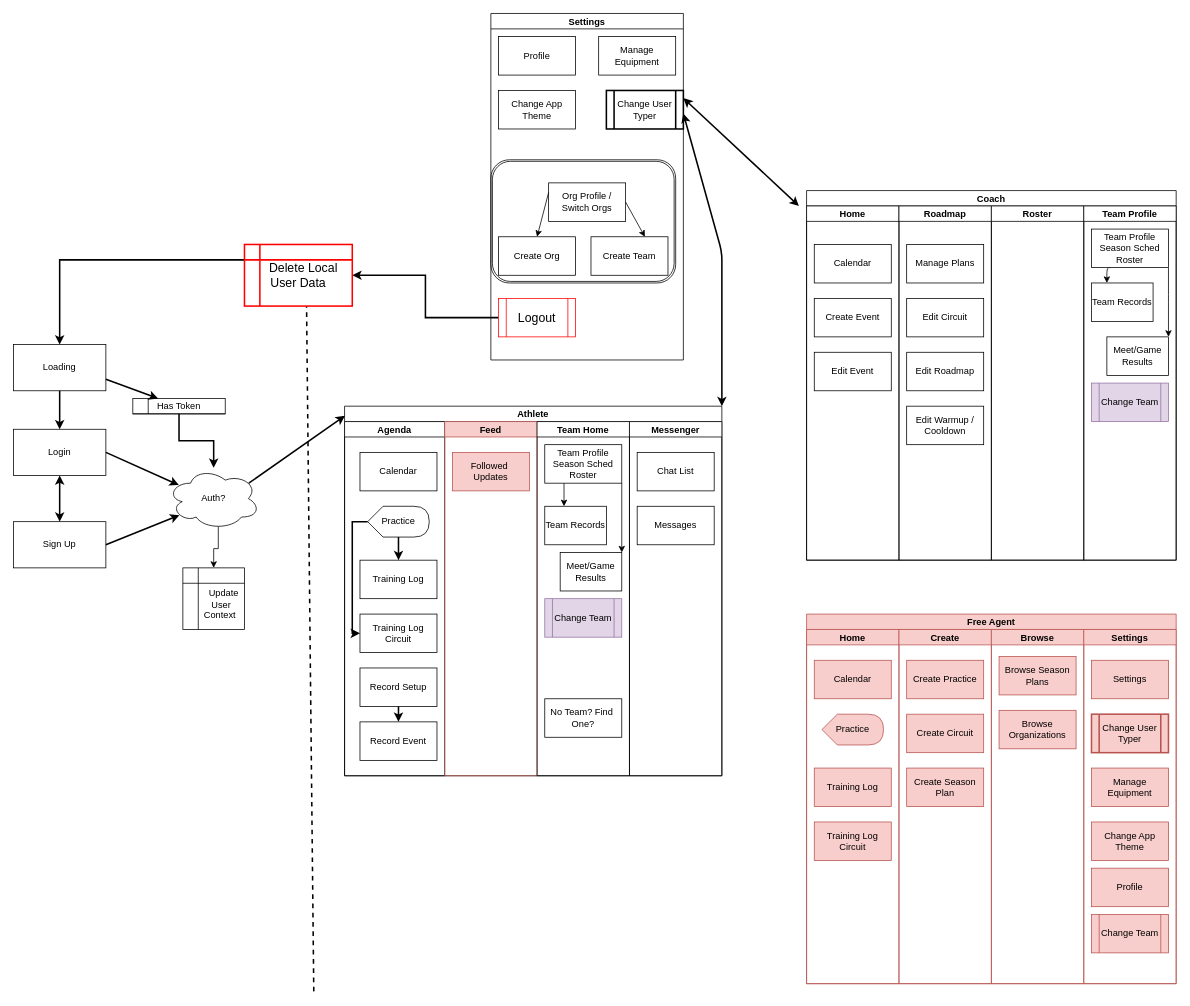
This is BBSports.drawio from Henkemeyer/BBSports, a draw.io file, before an edit. Source tidied: cells renumbered, new cells numbered last; positions are measured from the earlier drawing's top-left corner, leaving out a move shared by most shapes. Both pictures are drawn from the tidied source at 77%, with x=0, y=0 at pixel (13, 13).
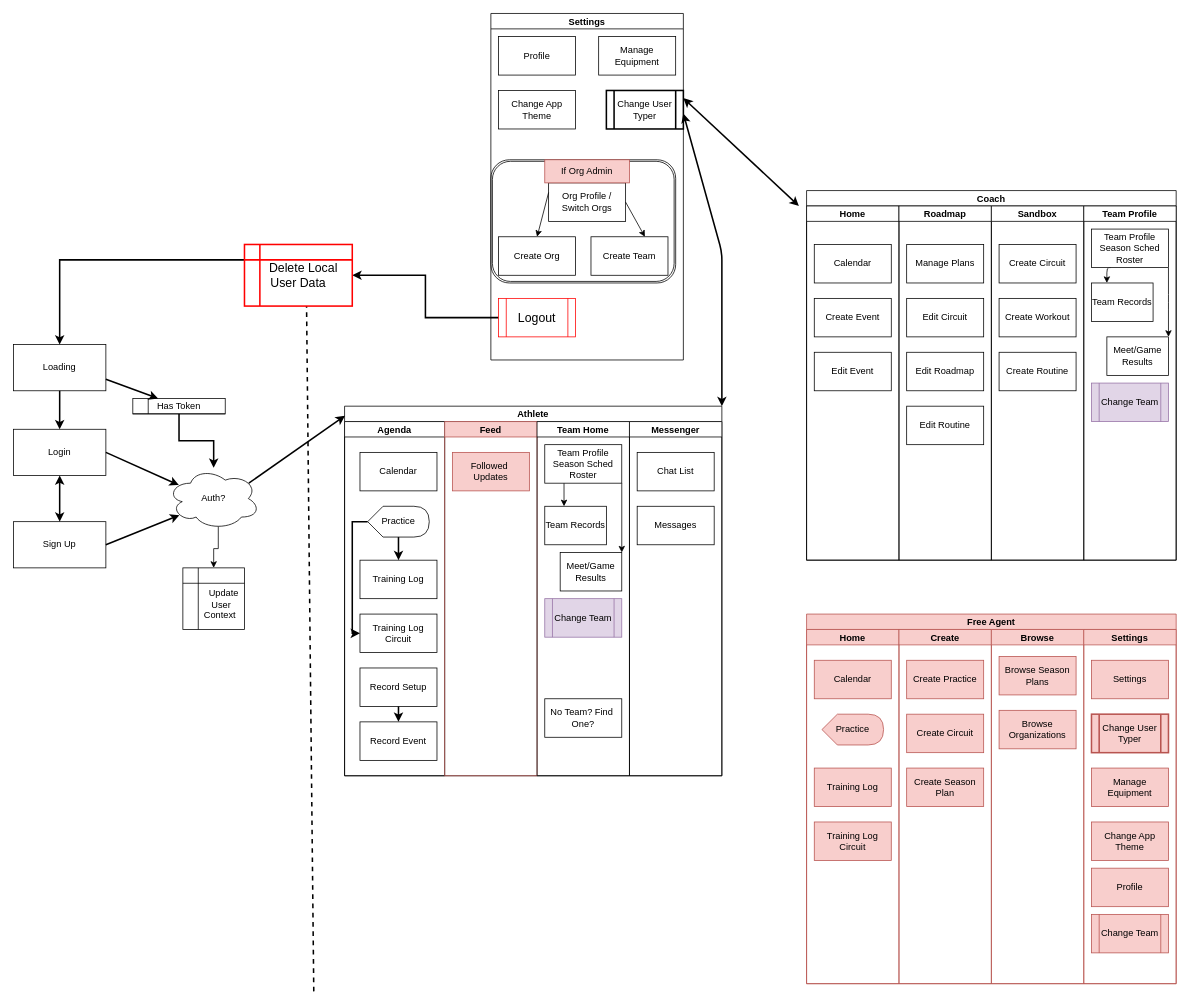
After the change.

The change refers to these unchanged cells:
```xml
<mxCell id="2" value="Coach" style="swimlane;startSize=20;rounded=0;" parent="1" vertex="1">
  <mxGeometry x="1030" y="230" width="480" height="480" as="geometry" />
</mxCell>
<mxCell id="7" value="Roadmap" style="swimlane;startSize=20;rounded=0;" parent="2" vertex="1">
  <mxGeometry x="120" y="20" width="120" height="460" as="geometry" />
</mxCell>
<mxCell id="82" value="Settings" style="swimlane;startSize=20;rounded=0;" parent="1" vertex="1">
  <mxGeometry x="620" width="250" height="450" as="geometry" />
</mxCell>
```

Change to the diagram source:
```diff
@@
-    <mxCell id="11" value="Edit Warmup / Cooldown" style="rounded=0;whiteSpace=wrap;html=1;" parent="7" vertex="1">
+    <mxCell id="11" value="Edit Routine" style="rounded=0;whiteSpace=wrap;html=1;" parent="7" vertex="1">
       <mxGeometry x="10" y="260" width="100" height="50" as="geometry" />
     </mxCell>
-    <mxCell id="12" value="Roster" style="swimlane;startSize=20;rounded=0;" parent="2" vertex="1">
+    <mxCell id="12" value="Sandbox" style="swimlane;startSize=20;rounded=0;" parent="2" vertex="1">
       <mxGeometry x="240" y="20" width="120" height="460" as="geometry" />
     </mxCell>
+    <mxCell id="96" value="Create Circuit" style="rounded=0;whiteSpace=wrap;html=1;" parent="12" vertex="1">
+      <mxGeometry x="10" y="50" width="100" height="50" as="geometry" />
+    </mxCell>
+    <mxCell id="97" value="Create Workout" style="rounded=0;whiteSpace=wrap;html=1;" parent="12" vertex="1">
+      <mxGeometry x="10" y="120" width="100" height="50" as="geometry" />
+    </mxCell>
+    <mxCell id="98" value="Create Routine" style="rounded=0;whiteSpace=wrap;html=1;" parent="12" vertex="1">
+      <mxGeometry x="10" y="190" width="100" height="50" as="geometry" />
+    </mxCell>
@@
+    <mxCell id="99" value="If Org Admin" style="text;html=1;strokeColor=#b85450;fillColor=#f8cecc;align=center;verticalAlign=middle;whiteSpace=wrap;rounded=0;" parent="82" vertex="1">
+      <mxGeometry x="70" y="190" width="110" height="30" as="geometry" />
+    </mxCell>
```
